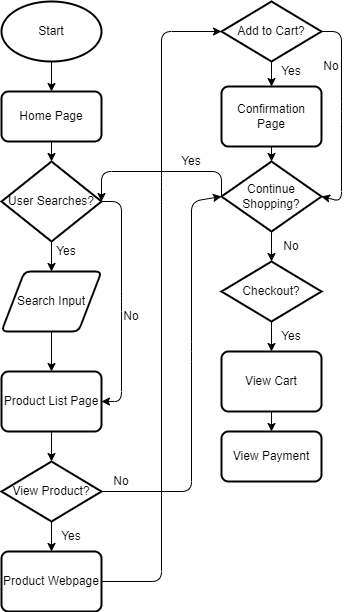
This is explore/diagramming/diagram.drawio.png from rajsunku/sp23-cse110-lab4, a draw.io export, as it was before one commit. Source tidied: cells renumbered, new cells last; positions are measured from the earlier drawing's top-left corner, leaving out a move shared by most shapes.
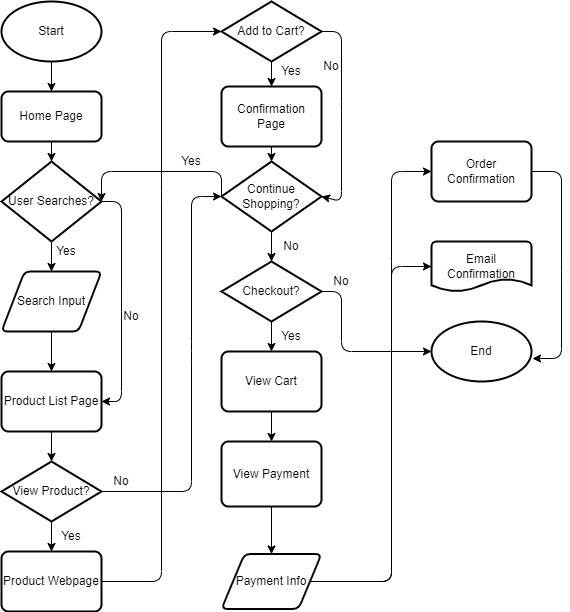
The same diagram one commit later.

What changed in the source:
```diff
@@ -55,7 +55,7 @@
         <Array as="points">
           <mxPoint x="190" y="490" />
           <mxPoint x="190" y="350" />
-          <mxPoint x="190" y="200" />
+          <mxPoint x="190" y="195" />
         </Array>
       </mxGeometry>
     </mxCell>
@@ -129,6 +129,14 @@
     <mxCell id="33" style="edgeStyle=none;html=1;exitX=0.5;exitY=1;exitDx=0;exitDy=0;exitPerimeter=0;entryX=0.5;entryY=0;entryDx=0;entryDy=0;" parent="1" edge="1" source="34" target="37">
       <mxGeometry relative="1" as="geometry" />
     </mxCell>
+    <mxCell id="40" style="edgeStyle=none;html=1;exitX=1;exitY=0.5;exitDx=0;exitDy=0;exitPerimeter=0;entryX=0;entryY=0.5;entryDx=0;entryDy=0;entryPerimeter=0;" parent="1" edge="1" source="34" target="48">
+      <mxGeometry relative="1" as="geometry">
+        <Array as="points">
+          <mxPoint x="340" y="290" />
+          <mxPoint x="340" y="350" />
+        </Array>
+      </mxGeometry>
+    </mxCell>
     <mxCell id="34" value="Checkout?" style="strokeWidth=2;html=1;shape=mxgraph.flowchart.decision;whiteSpace=wrap;" parent="1" vertex="1">
       <mxGeometry x="220" y="260" width="100" height="60" as="geometry" />
     </mxCell>
@@ -144,8 +152,53 @@
     <mxCell id="38" value="Yes" style="text;strokeColor=none;align=center;fillColor=none;html=1;verticalAlign=middle;whiteSpace=wrap;rounded=0;" parent="1" vertex="1">
       <mxGeometry x="260" y="320" width="60" height="30" as="geometry" />
     </mxCell>
+    <mxCell id="41" style="edgeStyle=none;html=1;exitX=0.5;exitY=1;exitDx=0;exitDy=0;entryX=0.5;entryY=0;entryDx=0;entryDy=0;" parent="1" edge="1" source="39" target="44">
+      <mxGeometry relative="1" as="geometry" />
+    </mxCell>
     <mxCell id="39" value="View Payment" style="rounded=1;whiteSpace=wrap;html=1;absoluteArcSize=1;arcSize=14;strokeWidth=2;" parent="1" vertex="1">
-      <mxGeometry x="220" y="430" width="100" height="50" as="geometry" />
+      <mxGeometry x="220" y="440" width="100" height="65" as="geometry" />
     </mxCell>
+    <mxCell id="42" style="edgeStyle=none;html=1;exitX=1;exitY=0.5;exitDx=0;exitDy=0;entryX=0;entryY=0.5;entryDx=0;entryDy=0;" parent="1" edge="1" source="44" target="46">
+      <mxGeometry relative="1" as="geometry">
+        <Array as="points">
+          <mxPoint x="390" y="580" />
+          <mxPoint x="390" y="380" />
+          <mxPoint x="390" y="270" />
+          <mxPoint x="390" y="170" />
+        </Array>
+      </mxGeometry>
+    </mxCell>
+    <mxCell id="43" style="edgeStyle=none;html=1;exitX=1;exitY=0.5;exitDx=0;exitDy=0;entryX=0;entryY=0.5;entryDx=0;entryDy=0;entryPerimeter=0;" parent="1" edge="1" source="44" target="47">
+      <mxGeometry relative="1" as="geometry">
+        <Array as="points">
+          <mxPoint x="390" y="580" />
+          <mxPoint x="390" y="265" />
+        </Array>
+      </mxGeometry>
+    </mxCell>
+    <mxCell id="44" value="Payment Info" style="shape=parallelogram;html=1;strokeWidth=2;perimeter=parallelogramPerimeter;whiteSpace=wrap;rounded=1;arcSize=12;size=0.23;" parent="1" vertex="1">
+      <mxGeometry x="220" y="552.5" width="100" height="55" as="geometry" />
+    </mxCell>
+    <mxCell id="45" style="edgeStyle=none;html=1;exitX=1;exitY=0.5;exitDx=0;exitDy=0;entryX=1.01;entryY=0.617;entryDx=0;entryDy=0;entryPerimeter=0;" parent="1" edge="1" source="46" target="48">
+      <mxGeometry relative="1" as="geometry">
+        <Array as="points">
+          <mxPoint x="560" y="170" />
+          <mxPoint x="560" y="270" />
+          <mxPoint x="560" y="357" />
+        </Array>
+      </mxGeometry>
+    </mxCell>
+    <mxCell id="46" value="Order Confirmation" style="rounded=1;whiteSpace=wrap;html=1;absoluteArcSize=1;arcSize=14;strokeWidth=2;" parent="1" vertex="1">
+      <mxGeometry x="430" y="140" width="100" height="60" as="geometry" />
+    </mxCell>
+    <mxCell id="47" value="Email Confirmation" style="strokeWidth=2;html=1;shape=mxgraph.flowchart.document2;whiteSpace=wrap;size=0.25;" parent="1" vertex="1">
+      <mxGeometry x="430" y="240" width="100" height="50" as="geometry" />
+    </mxCell>
+    <mxCell id="48" value="End" style="strokeWidth=2;html=1;shape=mxgraph.flowchart.start_1;whiteSpace=wrap;" parent="1" vertex="1">
+      <mxGeometry x="430" y="320" width="100" height="60" as="geometry" />
+    </mxCell>
+    <mxCell id="49" value="No" style="text;strokeColor=none;align=center;fillColor=none;html=1;verticalAlign=middle;whiteSpace=wrap;rounded=0;" parent="1" vertex="1">
+      <mxGeometry x="310" y="270" width="60" height="20" as="geometry" />
+    </mxCell>
   </root>
 </mxGraphModel>
```
